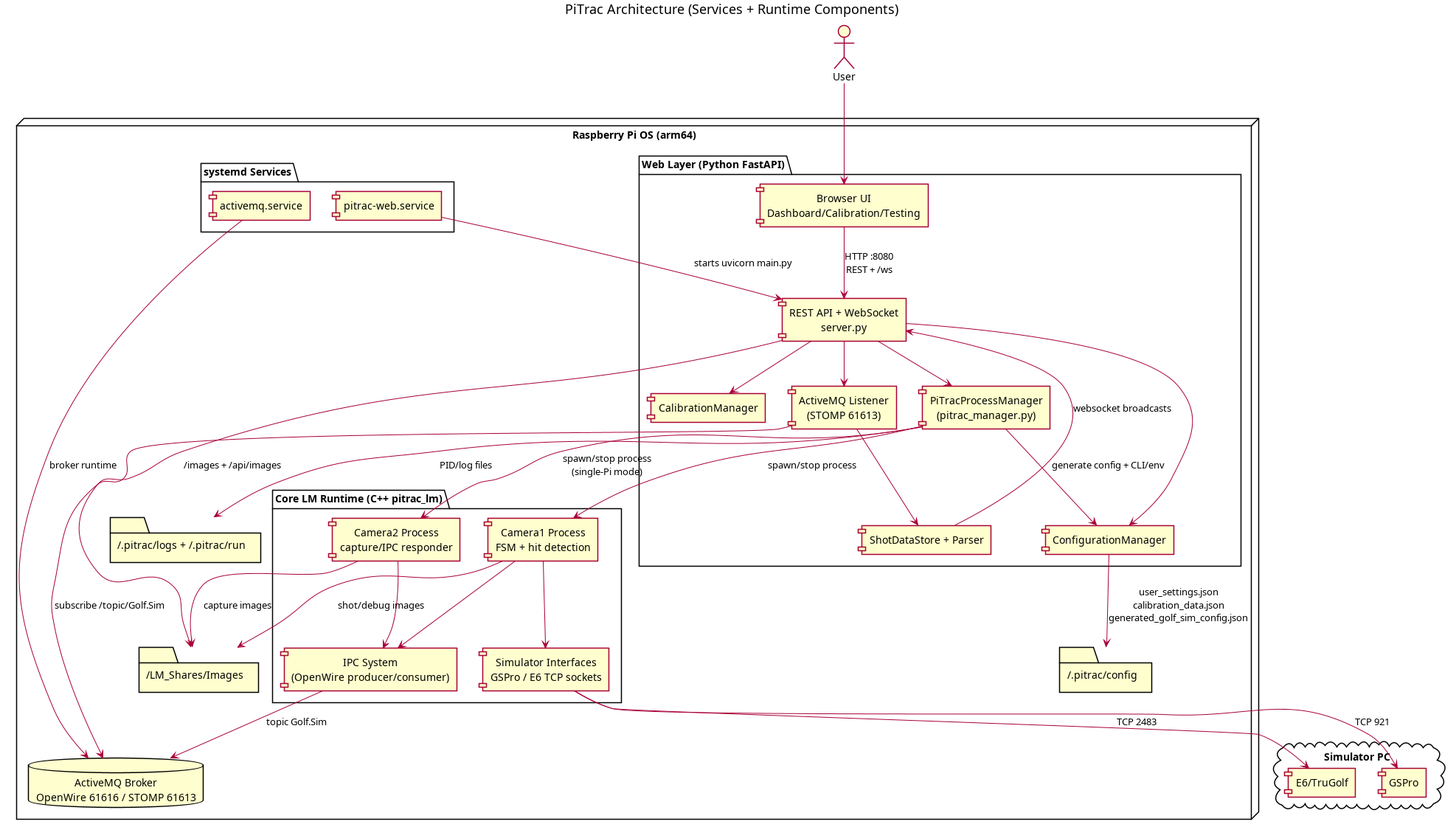
The PlantUML diagram assets/images/architecture-overview.png in digitalhand/pitrac-light, before a commit. Its source is kept beside it as assets/diagram/architecture-overview.puml.
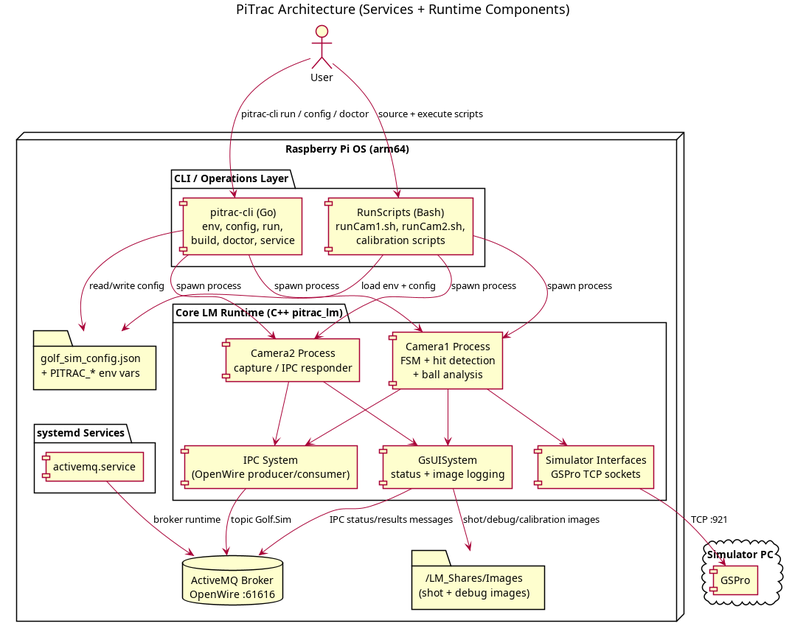
Later version of the same file.

What changed in the source:
```diff
@@ -11,68 +11,54 @@
 
 node "Raspberry Pi OS (arm64)" as pi {
   package "systemd Services" {
-    [pitrac-web.service] as websvc
     [activemq.service] as amqsvc
   }
 
-  package "Web Layer (Python FastAPI)" as web {
-    [Browser UI\nDashboard/Calibration/Testing] as browser
-    [REST API + WebSocket\nserver.py] as api
-    [PiTracProcessManager\n(pitrac_manager.py)] as procman
-    [CalibrationManager] as calman
-    [ActiveMQ Listener\n(STOMP 61613)] as stlistener
-    [ShotDataStore + Parser] as datastore
-    [ConfigurationManager] as cfgman
+  package "CLI / Operations Layer" as cli {
+    [pitrac-cli (Go)\nenv, config, run,\nbuild, doctor, service] as pitrac_cli
+    [RunScripts (Bash)\nrunCam1.sh, runCam2.sh,\ncalibration scripts] as runscripts
   }
 
   package "Core LM Runtime (C++ pitrac_lm)" as lm {
-    [Camera1 Process\nFSM + hit detection] as cam1
-    [Camera2 Process\ncapture/IPC responder] as cam2
+    [Camera1 Process\nFSM + hit detection\n+ ball analysis] as cam1
+    [Camera2 Process\ncapture / IPC responder] as cam2
     [IPC System\n(OpenWire producer/consumer)] as ipc
     [Simulator Interfaces\nGSPro TCP sockets] as simsock
+    [GsUISystem\nstatus + image logging] as uisys
   }
 
-  database "ActiveMQ Broker\nOpenWire 61616 / STOMP 61613" as amq
+  database "ActiveMQ Broker\nOpenWire :61616" as amq
 
-  folder "~/.pitrac/config" as cfgfiles
-  folder "~/.pitrac/logs + ~/.pitrac/run" as runtimedirs
-  folder "~/LM_Shares/Images" as images
+  folder "golf_sim_config.json\n+ PITRAC_* env vars" as cfgfiles
+  folder "~/LM_Shares/Images\n(shot + debug images)" as images
 }
 
 cloud "Simulator PC" as simpc {
   [GSPro] as gspro
 }
 
-user --> browser
-browser --> api : HTTP :8080\nREST + /ws
+user --> pitrac_cli : pitrac-cli run / config / doctor
+user --> runscripts : source + execute scripts
 
-websvc --> api : starts uvicorn main.py
 amqsvc --> amq : broker runtime
 
-api --> procman
-api --> calman
-api --> cfgman
-api --> stlistener
-stlistener --> datastore
-datastore --> api : websocket broadcasts
-
-procman --> cam1 : spawn/stop process
-procman --> cam2 : spawn/stop process\n(single-Pi mode)
-procman --> cfgman : generate config + CLI/env
-procman --> runtimedirs : PID/log files
-
-cfgman --> cfgfiles : user_settings.json\ncalibration_data.json\ngenerated_golf_sim_config.json
+pitrac_cli --> cfgfiles : read/write config
+pitrac_cli --> cam1 : spawn process
+pitrac_cli --> cam2 : spawn process
+runscripts --> cfgfiles : load env + config
+runscripts --> cam1 : spawn process
+runscripts --> cam2 : spawn process
 
 cam1 --> ipc
 cam2 --> ipc
 ipc --> amq : topic Golf.Sim
-stlistener --> amq : subscribe /topic/Golf.Sim
 
 cam1 --> simsock
-simsock --> gspro : TCP 921
+simsock --> gspro : TCP :921
 
-cam1 --> images : shot/debug images
-cam2 --> images : capture images
-api --> images : /images + /api/images
+cam1 --> uisys
+cam2 --> uisys
+uisys --> amq : IPC status/results messages
+uisys --> images : shot/debug/calibration images
 
 @enduml
```
